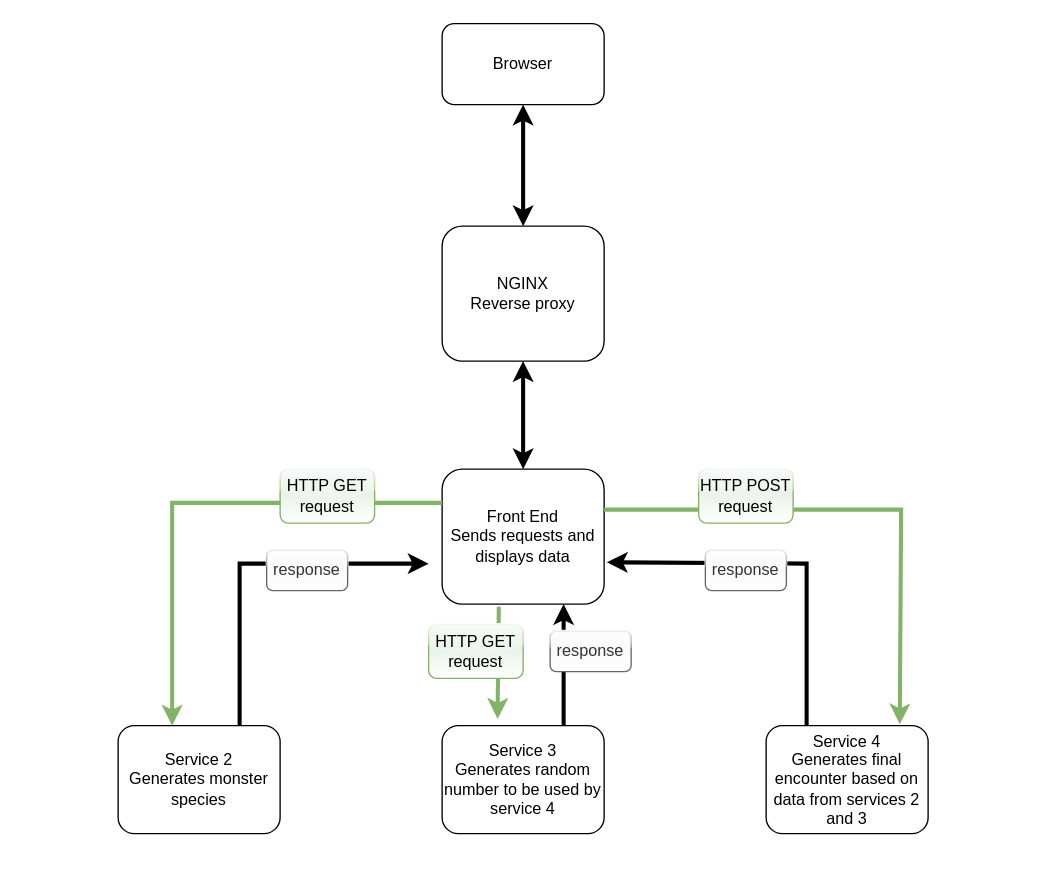
Earlier version of the draw.io diagram Untitled Diagram.drawio (ashtroboy79/QA-DevOps-Core-Practical-Project). Source tidied: cells renumbered, new cells numbered last; positions are measured from the earlier drawing's top-left corner, leaving out a move shared by most shapes. Both pictures are drawn from the tidied source at 135%, with x=0, y=0 at pixel (117, 23).
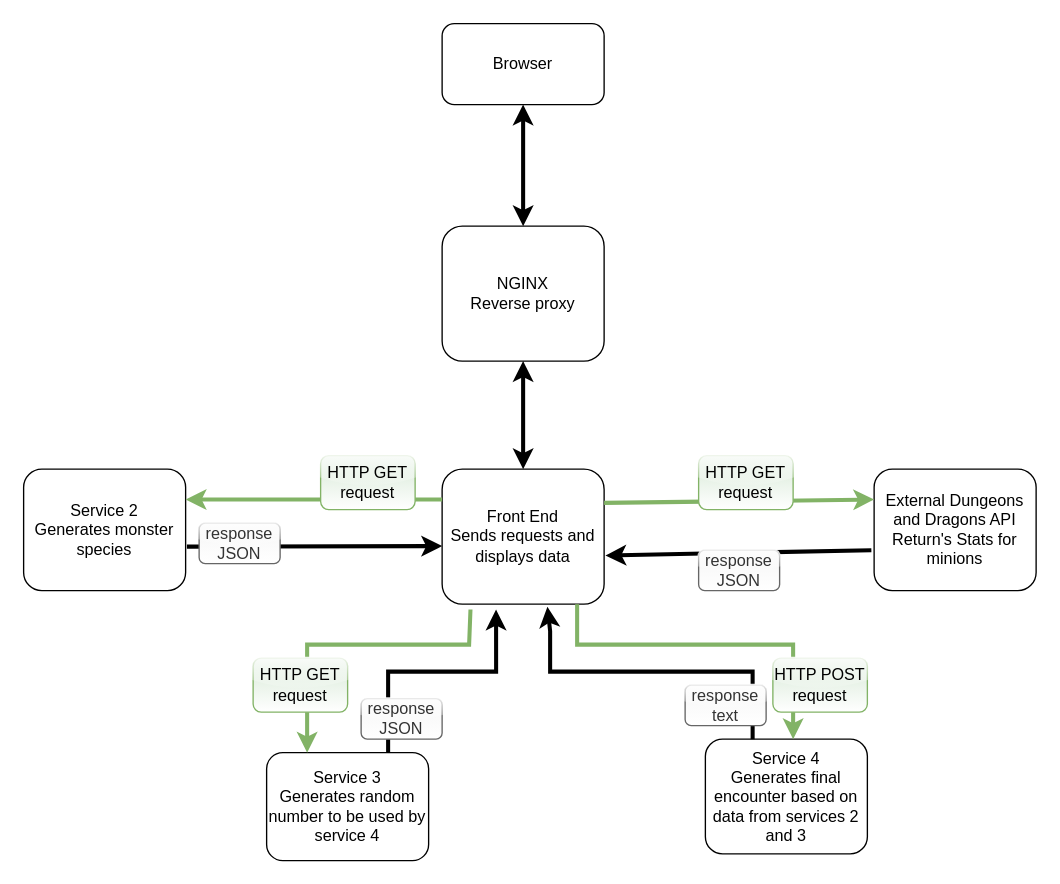
After the change.

Commit message:
Service relationship diagram for version 2 off the application

Unchanged cells that the change refers to:
```xml
<mxCell id="3" value="Front End&lt;br&gt;Sends requests and displays data" style="rounded=1;whiteSpace=wrap;html=1;fontSize=12;glass=0;strokeWidth=1;shadow=0;" parent="1" vertex="1">
  <mxGeometry x="240" y="330" width="120" height="100" as="geometry" />
</mxCell>
```

Change to the diagram source:
```diff
@@
     <mxCell id="2" value="Service 2&lt;br&gt;Generates monster species" style="rounded=1;whiteSpace=wrap;html=1;fontSize=12;glass=0;strokeWidth=1;shadow=0;" parent="1" vertex="1">
-      <mxGeometry y="520" width="120" height="80" as="geometry" />
+      <mxGeometry x="-70" y="330" width="120" height="90" as="geometry" />
     </mxCell>
@@
     <mxCell id="4" value="Service 4&lt;br&gt;Generates final encounter based on data from services 2 and 3" style="rounded=1;whiteSpace=wrap;html=1;fontSize=12;glass=0;strokeWidth=1;shadow=0;" parent="1" vertex="1">
-      <mxGeometry x="480" y="520" width="120" height="80" as="geometry" />
+      <mxGeometry x="435" y="530" width="120" height="85" as="geometry" />
     </mxCell>
     <mxCell id="5" value="Service 3&lt;br&gt;Generates random number to be used by service 4" style="rounded=1;whiteSpace=wrap;html=1;fontSize=12;glass=0;strokeWidth=1;shadow=0;" parent="1" vertex="1">
-      <mxGeometry x="240" y="520" width="120" height="80" as="geometry" />
+      <mxGeometry x="110" y="540" width="120" height="80" as="geometry" />
     </mxCell>
@@
-    <mxCell id="7" style="endArrow=classic;html=1;rounded=0;exitX=0;exitY=0.25;exitDx=0;exitDy=0;strokeWidth=3;fillColor=#d5e8d4;strokeColor=#82b366;" parent="1" edge="1" source="3">
+    <mxCell id="7" style="endArrow=classic;html=1;rounded=0;strokeWidth=3;fillColor=#d5e8d4;strokeColor=#82b366;startArrow=none;entryX=1;entryY=0.25;entryDx=0;entryDy=0;" parent="1" edge="1" target="2">
       <mxGeometry relative="1" as="geometry">
-        <mxPoint x="40" y="520" as="targetPoint" />
-        <Array as="points">
-          <mxPoint x="40" y="355" />
-        </Array>
+        <mxPoint x="240" y="352.5" as="sourcePoint" />
       </mxGeometry>
     </mxCell>
-    <mxCell id="8" style="endArrow=classic;html=1;rounded=0;strokeWidth=3;exitX=0.75;exitY=0;exitDx=0;exitDy=0;" parent="1" edge="1" source="2">
+    <mxCell id="8" style="endArrow=classic;html=1;rounded=0;strokeWidth=3;exitX=1.008;exitY=0.638;exitDx=0;exitDy=0;exitPerimeter=0;" parent="1" edge="1" source="2">
       <mxGeometry relative="1" as="geometry">
-        <mxPoint x="230" y="400" as="targetPoint" />
-        <Array as="points">
-          <mxPoint x="90" y="400" />
-        </Array>
+        <mxPoint x="240" y="387" as="targetPoint" />
       </mxGeometry>
     </mxCell>
-    <mxCell id="9" style="endArrow=classic;html=1;rounded=0;strokeWidth=3;exitX=0.75;exitY=0;exitDx=0;exitDy=0;entryX=0.75;entryY=1;entryDx=0;entryDy=0;" parent="1" edge="1" source="5" target="3">
-      <mxGeometry relative="1" as="geometry" />
+    <mxCell id="9" style="endArrow=classic;html=1;rounded=0;strokeWidth=3;exitX=0.75;exitY=0;exitDx=0;exitDy=0;entryX=0.333;entryY=1.04;entryDx=0;entryDy=0;entryPerimeter=0;" parent="1" edge="1" source="5" target="3">
+      <mxGeometry relative="1" as="geometry">
+        <Array as="points">
+          <mxPoint x="200" y="480" />
+          <mxPoint x="280" y="480" />
+        </Array>
+      </mxGeometry>
     </mxCell>
-    <mxCell id="10" style="endArrow=classic;html=1;rounded=0;strokeWidth=3;fillColor=#d5e8d4;strokeColor=#82b366;exitX=0.35;exitY=1.02;exitDx=0;exitDy=0;exitPerimeter=0;entryX=0.342;entryY=-0.062;entryDx=0;entryDy=0;entryPerimeter=0;" parent="1" edge="1" source="3" target="5">
-      <mxGeometry relative="1" as="geometry" />
+    <mxCell id="10" style="endArrow=classic;html=1;rounded=0;strokeWidth=3;fillColor=#d5e8d4;strokeColor=#82b366;entryX=0.25;entryY=0;entryDx=0;entryDy=0;exitX=0.175;exitY=1.04;exitDx=0;exitDy=0;exitPerimeter=0;" parent="1" edge="1" source="3" target="5">
+      <mxGeometry relative="1" as="geometry">
+        <Array as="points">
+          <mxPoint x="260" y="460" />
+          <mxPoint x="140" y="460" />
+        </Array>
+      </mxGeometry>
     </mxCell>
-    <mxCell id="11" style="endArrow=classic;html=1;rounded=0;strokeWidth=3;entryX=0.825;entryY=-0.012;entryDx=0;entryDy=0;entryPerimeter=0;fillColor=#d5e8d4;strokeColor=#82b366;" parent="1" edge="1" target="4">
+    <mxCell id="11" style="endArrow=classic;html=1;rounded=0;strokeWidth=3;fillColor=#d5e8d4;strokeColor=#82b366;" parent="1" edge="1">
       <mxGeometry relative="1" as="geometry">
-        <mxPoint x="360" y="360" as="sourcePoint" />
+        <mxPoint x="340" y="430" as="sourcePoint" />
+        <mxPoint x="500" y="530" as="targetPoint" />
         <Array as="points">
-          <mxPoint x="580" y="360" />
+          <mxPoint x="340" y="460" />
+          <mxPoint x="500" y="460" />
         </Array>
       </mxGeometry>
     </mxCell>
-    <mxCell id="12" style="endArrow=classic;html=1;rounded=0;strokeWidth=3;exitX=0.25;exitY=0;exitDx=0;exitDy=0;entryX=1.017;entryY=0.69;entryDx=0;entryDy=0;entryPerimeter=0;" parent="1" edge="1" source="4" target="3">
+    <mxCell id="12" style="endArrow=classic;html=1;rounded=0;strokeWidth=3;entryX=0.65;entryY=1.02;entryDx=0;entryDy=0;entryPerimeter=0;" parent="1" edge="1" target="3">
       <mxGeometry relative="1" as="geometry">
+        <mxPoint x="470" y="530" as="sourcePoint" />
         <Array as="points">
-          <mxPoint x="510" y="400" />
+          <mxPoint x="470" y="480" />
+          <mxPoint x="320" y="480" />
+          <mxPoint x="320" y="450" />
         </Array>
       </mxGeometry>
     </mxCell>
@@
-    <mxCell id="17" value="HTTP GET request" style="text;html=1;strokeColor=#82b366;fillColor=#d5e8d4;align=center;verticalAlign=middle;whiteSpace=wrap;rounded=1;gradientColor=#ffffff;glass=1;" parent="1" vertex="1">
-      <mxGeometry x="120" y="330" width="70" height="40" as="geometry" />
-    </mxCell>
-    <mxCell id="18" value="response" style="text;html=1;strokeColor=#666666;fillColor=#f5f5f5;align=center;verticalAlign=middle;whiteSpace=wrap;rounded=1;glass=1;fontColor=#333333;gradientColor=#ffffff;" parent="1" vertex="1">
-      <mxGeometry x="110" y="390" width="60" height="30" as="geometry" />
+    <mxCell id="18" value="response&lt;br&gt;JSON" style="text;html=1;strokeColor=#666666;fillColor=#f5f5f5;align=center;verticalAlign=middle;whiteSpace=wrap;rounded=1;glass=1;fontColor=#333333;gradientColor=#ffffff;" parent="1" vertex="1">
+      <mxGeometry x="60" y="370" width="60" height="30" as="geometry" />
     </mxCell>
     <mxCell id="19" value="HTTP GET request" style="text;html=1;strokeColor=#82b366;fillColor=#d5e8d4;align=center;verticalAlign=middle;whiteSpace=wrap;rounded=1;gradientColor=#ffffff;glass=1;" parent="1" vertex="1">
-      <mxGeometry x="230" y="445" width="70" height="40" as="geometry" />
+      <mxGeometry x="100" y="470" width="70" height="40" as="geometry" />
     </mxCell>
-    <mxCell id="20" value="response" style="text;html=1;strokeColor=#666666;fillColor=#f5f5f5;align=center;verticalAlign=middle;whiteSpace=wrap;rounded=1;glass=1;fontColor=#333333;gradientColor=#ffffff;" parent="1" vertex="1">
-      <mxGeometry x="320" y="450" width="60" height="30" as="geometry" />
+    <mxCell id="20" value="response&lt;br&gt;JSON" style="text;html=1;strokeColor=#666666;fillColor=#f5f5f5;align=center;verticalAlign=middle;whiteSpace=wrap;rounded=1;glass=1;fontColor=#333333;gradientColor=#ffffff;" parent="1" vertex="1">
+      <mxGeometry x="180" y="500" width="60" height="30" as="geometry" />
     </mxCell>
-    <mxCell id="21" value="response" style="text;html=1;strokeColor=#666666;fillColor=#f5f5f5;align=center;verticalAlign=middle;whiteSpace=wrap;rounded=1;glass=1;fontColor=#333333;gradientColor=#ffffff;" parent="1" vertex="1">
-      <mxGeometry x="435" y="390" width="60" height="30" as="geometry" />
+    <mxCell id="21" value="response&lt;br&gt;text" style="text;html=1;strokeColor=#666666;fillColor=#f5f5f5;align=center;verticalAlign=middle;whiteSpace=wrap;rounded=1;glass=1;fontColor=#333333;gradientColor=#ffffff;" parent="1" vertex="1">
+      <mxGeometry x="420" y="490" width="60" height="30" as="geometry" />
     </mxCell>
     <mxCell id="22" value="HTTP POST request" style="text;html=1;strokeColor=#82b366;fillColor=#d5e8d4;align=center;verticalAlign=middle;whiteSpace=wrap;rounded=1;gradientColor=#ffffff;glass=1;" parent="1" vertex="1">
-      <mxGeometry x="430" y="330" width="70" height="40" as="geometry" />
+      <mxGeometry x="485" y="470" width="70" height="40" as="geometry" />
     </mxCell>
+    <mxCell id="17" value="HTTP GET request" style="text;html=1;strokeColor=#82b366;fillColor=#d5e8d4;align=center;verticalAlign=middle;whiteSpace=wrap;rounded=1;gradientColor=#ffffff;glass=1;" parent="1" vertex="1">
+      <mxGeometry x="150" y="320" width="70" height="40" as="geometry" />
+    </mxCell>
+    <mxCell id="23" value="External Dungeons and Dragons API&lt;br&gt;Return's Stats for minions" style="rounded=1;whiteSpace=wrap;html=1;" parent="1" vertex="1">
+      <mxGeometry x="560" y="330" width="120" height="90" as="geometry" />
+    </mxCell>
+    <mxCell id="24" style="endArrow=classic;html=1;rounded=0;exitX=1;exitY=0.25;exitDx=0;exitDy=0;entryX=0;entryY=0.25;entryDx=0;entryDy=0;strokeColor=#82B366;strokeWidth=3;" parent="1" edge="1" source="3" target="23">
+      <mxGeometry relative="1" as="geometry" />
+    </mxCell>
+    <mxCell id="25" style="endArrow=classic;html=1;rounded=0;strokeColor=#000000;strokeWidth=3;entryX=1.008;entryY=0.64;entryDx=0;entryDy=0;entryPerimeter=0;exitX=-0.017;exitY=0.667;exitDx=0;exitDy=0;exitPerimeter=0;" parent="1" edge="1" source="23" target="3">
+      <mxGeometry relative="1" as="geometry" />
+    </mxCell>
+    <mxCell id="26" value="HTTP GET request" style="text;html=1;strokeColor=#82b366;fillColor=#d5e8d4;align=center;verticalAlign=middle;whiteSpace=wrap;rounded=1;gradientColor=#ffffff;glass=1;" parent="1" vertex="1">
+      <mxGeometry x="430" y="320" width="70" height="40" as="geometry" />
+    </mxCell>
+    <mxCell id="27" value="response&lt;br&gt;JSON" style="text;html=1;strokeColor=#666666;fillColor=#f5f5f5;align=center;verticalAlign=middle;whiteSpace=wrap;rounded=1;glass=1;fontColor=#333333;gradientColor=#ffffff;" parent="1" vertex="1">
+      <mxGeometry x="430" y="390" width="60" height="30" as="geometry" />
+    </mxCell>
```
